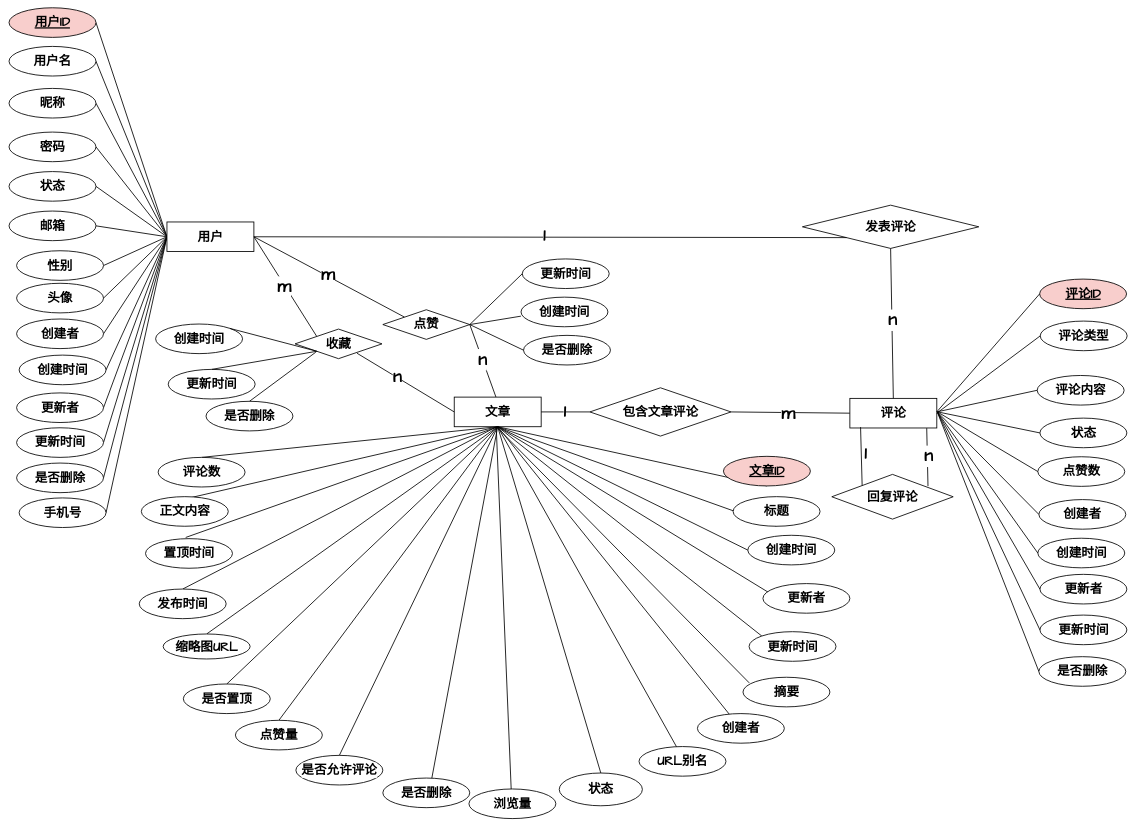
Above: graph/社交互动模块ER图.drawio in zhangbird050801/bird-blog (draw.io), before the change. Source tidied: cells renumbered, new cells numbered last; positions are measured from the earlier drawing's top-left corner, leaving out a move shared by most shapes. Both pictures are drawn from the tidied source at 42%, with x=0, y=0 at pixel (9, 8).
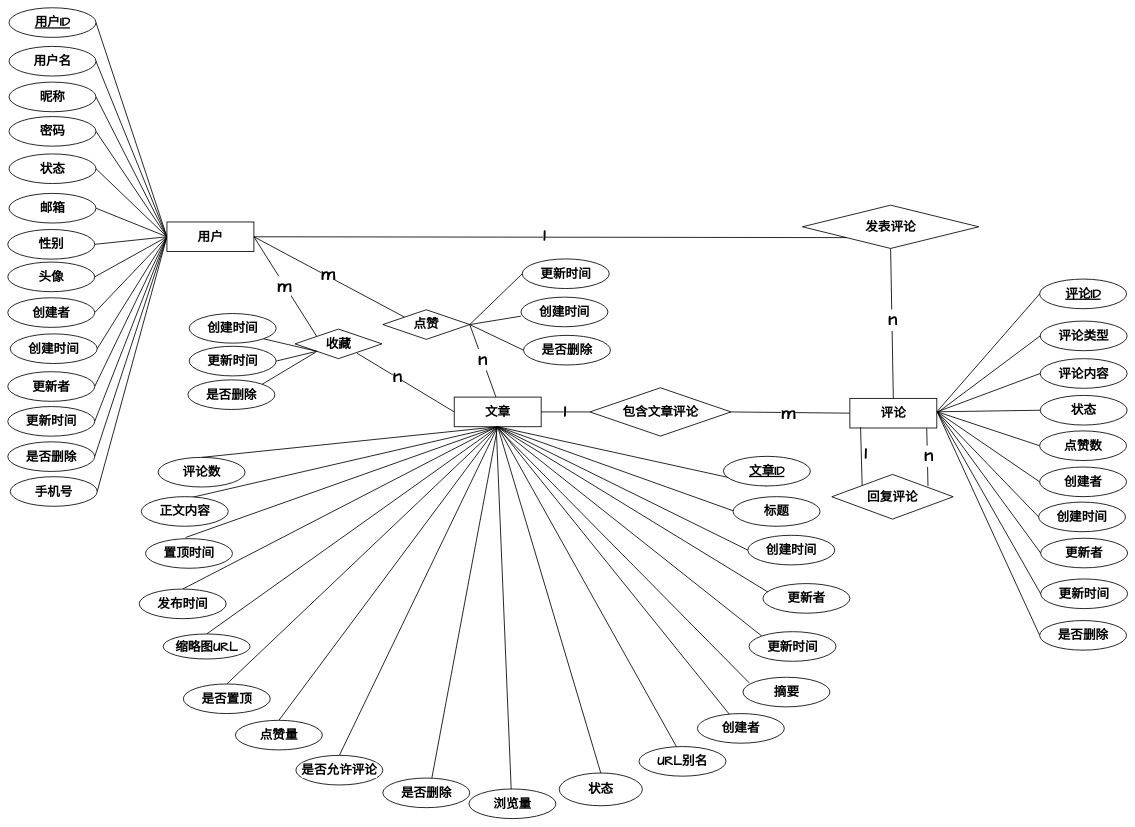
The same page after the edit.

Commit message (it also covers changes not shown here):
更新社交互动模块ER图.drawio

The change refers to these unchanged cells:
```xml
<mxCell id="84" value="收藏" style="rhombus;whiteSpace=wrap;html=1;fontSize=30;fontStyle=1;rounded=0;strokeColor=default;align=center;verticalAlign=middle;fontFamily=Comic Sans MS;fontColor=default;labelBackgroundColor=default;strokeWidth=2;" parent="1" vertex="1">
  <mxGeometry x="681" y="765" width="207" height="70.5" as="geometry" />
</mxCell>
```

What changed in the source:
```diff
@@
-    <mxCell id="19" value="用户ID" style="ellipse;whiteSpace=wrap;html=1;fillColor=#f8cecc;strokeColor=default;fontSize=30;fontFamily=Comic Sans MS;fontStyle=5;rounded=0;align=center;verticalAlign=middle;fontColor=default;labelBackgroundColor=none;strokeWidth=2;" parent="1" vertex="1">
+    <mxCell id="19" value="用户ID" style="ellipse;whiteSpace=wrap;html=1;fontSize=30;fontFamily=Comic Sans MS;fontStyle=5;rounded=0;align=center;verticalAlign=middle;labelBackgroundColor=none;strokeWidth=2;" parent="1" vertex="1">
       <mxGeometry width="207" height="70.5" as="geometry" />
     </mxCell>
     <mxCell id="20" value="状态" style="ellipse;whiteSpace=wrap;html=1;fontSize=30;fontFamily=Comic Sans MS;fontStyle=1;rounded=0;strokeColor=default;align=center;verticalAlign=middle;fontColor=default;labelBackgroundColor=default;strokeWidth=2;" parent="1" vertex="1">
-      <mxGeometry y="390" width="207" height="70.5" as="geometry" />
+      <mxGeometry y="348" width="207" height="70.5" as="geometry" />
     </mxCell>
     <mxCell id="21" value="密码" style="ellipse;whiteSpace=wrap;html=1;fontSize=30;fontFamily=Comic Sans MS;fontStyle=1;rounded=0;strokeColor=default;align=center;verticalAlign=middle;fontColor=default;labelBackgroundColor=default;strokeWidth=2;" parent="1" vertex="1">
-      <mxGeometry y="296" width="207" height="70.5" as="geometry" />
+      <mxGeometry y="259" width="207" height="70.5" as="geometry" />
     </mxCell>
     <mxCell id="22" value="昵称" style="ellipse;whiteSpace=wrap;html=1;fontSize=30;fontFamily=Comic Sans MS;fontStyle=1;rounded=0;strokeColor=default;align=center;verticalAlign=middle;fontColor=default;labelBackgroundColor=default;strokeWidth=2;" parent="1" vertex="1">
-      <mxGeometry y="192" width="207" height="70.5" as="geometry" />
+      <mxGeometry y="177" width="207" height="70.5" as="geometry" />
     </mxCell>
@@
     <mxCell id="24" value="创建者" style="ellipse;whiteSpace=wrap;html=1;fontSize=30;fontFamily=Comic Sans MS;fontStyle=1;rounded=0;strokeColor=default;align=center;verticalAlign=middle;fontColor=default;labelBackgroundColor=default;strokeWidth=2;" parent="1" vertex="1">
-      <mxGeometry x="18" y="741" width="207" height="70.5" as="geometry" />
+      <mxGeometry x="-3" y="690.5" width="207" height="70.5" as="geometry" />
     </mxCell>
     <mxCell id="25" value="头像" style="ellipse;whiteSpace=wrap;html=1;fontSize=30;fontFamily=Comic Sans MS;fontStyle=1;rounded=0;strokeColor=default;align=center;verticalAlign=middle;fontColor=default;labelBackgroundColor=default;strokeWidth=2;" parent="1" vertex="1">
-      <mxGeometry x="18" y="656" width="207" height="70.5" as="geometry" />
+      <mxGeometry x="-3" y="605.5" width="207" height="70.5" as="geometry" />
     </mxCell>
     <mxCell id="26" value="性别" style="ellipse;whiteSpace=wrap;html=1;fontSize=30;fontFamily=Comic Sans MS;fontStyle=1;rounded=0;strokeColor=default;align=center;verticalAlign=middle;fontColor=default;labelBackgroundColor=default;strokeWidth=2;" parent="1" vertex="1">
-      <mxGeometry x="18" y="578.5" width="207" height="70.5" as="geometry" />
+      <mxGeometry x="-3" y="528" width="207" height="70.5" as="geometry" />
     </mxCell>
     <mxCell id="27" value="手机号" style="ellipse;whiteSpace=wrap;html=1;fontSize=30;fontFamily=Comic Sans MS;fontStyle=1;rounded=0;strokeColor=default;align=center;verticalAlign=middle;fontColor=default;labelBackgroundColor=default;strokeWidth=2;" parent="1" vertex="1">
-      <mxGeometry x="24" y="1167" width="207" height="70.5" as="geometry" />
+      <mxGeometry x="3" y="1116.5" width="207" height="70.5" as="geometry" />
     </mxCell>
     <mxCell id="28" value="邮箱" style="ellipse;whiteSpace=wrap;html=1;fontSize=30;fontFamily=Comic Sans MS;fontStyle=1;rounded=0;strokeColor=default;align=center;verticalAlign=middle;fontColor=default;labelBackgroundColor=default;strokeWidth=2;" parent="1" vertex="1">
-      <mxGeometry y="484" width="207" height="70.5" as="geometry" />
+      <mxGeometry y="442" width="207" height="70.5" as="geometry" />
     </mxCell>
     <mxCell id="29" value="更新时间" style="ellipse;whiteSpace=wrap;html=1;fontSize=30;fontFamily=Comic Sans MS;fontStyle=1;rounded=0;strokeColor=default;align=center;verticalAlign=middle;fontColor=default;labelBackgroundColor=default;strokeWidth=2;" parent="1" vertex="1">
-      <mxGeometry x="18" y="1000" width="207" height="70.5" as="geometry" />
+      <mxGeometry x="-3" y="949.5" width="207" height="70.5" as="geometry" />
     </mxCell>
     <mxCell id="30" value="更新者" style="ellipse;whiteSpace=wrap;html=1;fontSize=30;fontFamily=Comic Sans MS;fontStyle=1;rounded=0;strokeColor=default;align=center;verticalAlign=middle;fontColor=default;labelBackgroundColor=default;strokeWidth=2;" parent="1" vertex="1">
-      <mxGeometry x="18" y="917" width="207" height="70.5" as="geometry" />
+      <mxGeometry x="-3" y="866.5" width="207" height="70.5" as="geometry" />
     </mxCell>
     <mxCell id="31" value="创建时间" style="ellipse;whiteSpace=wrap;html=1;fontSize=30;fontFamily=Comic Sans MS;fontStyle=1;rounded=0;strokeColor=default;align=center;verticalAlign=middle;fontColor=default;labelBackgroundColor=default;strokeWidth=2;" parent="1" vertex="1">
-      <mxGeometry x="24" y="827" width="207" height="70.5" as="geometry" />
+      <mxGeometry x="3" y="776.5" width="207" height="70.5" as="geometry" />
     </mxCell>
     <mxCell id="32" value="是否删除" style="ellipse;whiteSpace=wrap;html=1;fontSize=30;fontFamily=Comic Sans MS;fontStyle=1;rounded=0;strokeColor=default;align=center;verticalAlign=middle;fontColor=default;labelBackgroundColor=default;strokeWidth=2;" parent="1" vertex="1">
-      <mxGeometry x="18" y="1084" width="207" height="70.5" as="geometry" />
+      <mxGeometry x="-3" y="1033.5" width="207" height="70.5" as="geometry" />
     </mxCell>
@@
-    <mxCell id="43" value="文章ID" style="whiteSpace=wrap;html=1;shape=ellipse;perimeter=ellipsePerimeter;fontSize=30;fontFamily=Comic Sans MS;fillColor=#f8cecc;strokeColor=default;fontStyle=5;rounded=0;align=center;verticalAlign=middle;fontColor=default;labelBackgroundColor=none;strokeWidth=2;" parent="1" vertex="1">
+    <mxCell id="43" value="文章ID" style="whiteSpace=wrap;html=1;shape=ellipse;perimeter=ellipsePerimeter;fontSize=30;fontFamily=Comic Sans MS;fontStyle=5;rounded=0;align=center;verticalAlign=middle;labelBackgroundColor=none;strokeWidth=2;" parent="1" vertex="1">
       <mxGeometry x="1701" y="1068" width="207" height="70.5" as="geometry" />
     </mxCell>
@@
-    <mxCell id="86" value="评论ID" style="whiteSpace=wrap;html=1;shape=ellipse;perimeter=ellipsePerimeter;fillColor=#f8cecc;strokeColor=default;fontSize=30;fontStyle=5;rounded=0;align=center;verticalAlign=middle;fontFamily=Comic Sans MS;fontColor=default;labelBackgroundColor=none;strokeWidth=2;" parent="1" vertex="1">
+    <mxCell id="86" value="评论ID" style="whiteSpace=wrap;html=1;shape=ellipse;perimeter=ellipsePerimeter;fontSize=30;fontStyle=5;rounded=0;align=center;verticalAlign=middle;fontFamily=Comic Sans MS;labelBackgroundColor=none;strokeWidth=2;" parent="1" vertex="1">
       <mxGeometry x="2453.8" y="646" width="207" height="70.5" as="geometry" />
     </mxCell>
@@
     <mxCell id="88" value="创建时间" style="whiteSpace=wrap;html=1;shape=ellipse;perimeter=ellipsePerimeter;fontSize=30;fontStyle=1;rounded=0;strokeColor=default;align=center;verticalAlign=middle;fontFamily=Comic Sans MS;fontColor=default;labelBackgroundColor=default;strokeWidth=2;" parent="1" vertex="1">
-      <mxGeometry x="2449.5" y="1263" width="207" height="70.5" as="geometry" />
+      <mxGeometry x="2451.3" y="1177" width="207" height="70.5" as="geometry" />
     </mxCell>
     <mxCell id="89" value="创建者" style="whiteSpace=wrap;html=1;shape=ellipse;perimeter=ellipsePerimeter;fontSize=30;fontStyle=1;rounded=0;strokeColor=default;align=center;verticalAlign=middle;fontFamily=Comic Sans MS;fontColor=default;labelBackgroundColor=default;strokeWidth=2;" parent="1" vertex="1">
-      <mxGeometry x="2452" y="1171" width="207" height="70.5" as="geometry" />
+      <mxGeometry x="2453.8" y="1093.5" width="207" height="70.5" as="geometry" />
     </mxCell>
     <mxCell id="90" value="更新时间" style="whiteSpace=wrap;html=1;shape=ellipse;perimeter=ellipsePerimeter;fontSize=30;fontStyle=1;rounded=0;strokeColor=default;align=center;verticalAlign=middle;fontFamily=Comic Sans MS;fontColor=default;labelBackgroundColor=default;strokeWidth=2;" parent="1" vertex="1">
-      <mxGeometry x="2454.5" y="1446" width="207" height="70.5" as="geometry" />
+      <mxGeometry x="2456.3" y="1360" width="207" height="70.5" as="geometry" />
     </mxCell>
     <mxCell id="91" value="更新者" style="whiteSpace=wrap;html=1;shape=ellipse;perimeter=ellipsePerimeter;fontSize=30;fontStyle=1;rounded=0;strokeColor=default;align=center;verticalAlign=middle;fontFamily=Comic Sans MS;fontColor=default;labelBackgroundColor=default;strokeWidth=2;" parent="1" vertex="1">
-      <mxGeometry x="2454.5" y="1349" width="207" height="70.5" as="geometry" />
+      <mxGeometry x="2456.2" y="1263" width="207" height="70.5" as="geometry" />
     </mxCell>
@@
     <mxCell id="93" value="是否删除" style="whiteSpace=wrap;html=1;shape=ellipse;perimeter=ellipsePerimeter;fontSize=30;fontStyle=1;rounded=0;strokeColor=default;align=center;verticalAlign=middle;fontFamily=Comic Sans MS;fontColor=default;labelBackgroundColor=default;strokeWidth=2;" parent="1" vertex="1">
-      <mxGeometry x="2452" y="1545" width="207" height="70.5" as="geometry" />
+      <mxGeometry x="2453.8" y="1459" width="207" height="70.5" as="geometry" />
     </mxCell>
     <mxCell id="94" value="评论内容" style="whiteSpace=wrap;html=1;rounded=0;shape=ellipse;perimeter=ellipsePerimeter;fontSize=30;fontStyle=1;strokeColor=default;align=center;verticalAlign=middle;fontFamily=Comic Sans MS;fontColor=default;labelBackgroundColor=default;strokeWidth=2;" parent="1" vertex="1">
-      <mxGeometry x="2448" y="875.5" width="207" height="70.5" as="geometry" />
+      <mxGeometry x="2455.2" y="835.5" width="207" height="70.5" as="geometry" />
     </mxCell>
     <mxCell id="95" value="状态" style="whiteSpace=wrap;html=1;rounded=0;shape=ellipse;perimeter=ellipsePerimeter;fontSize=30;fontStyle=1;strokeColor=default;align=center;verticalAlign=middle;fontFamily=Comic Sans MS;fontColor=default;labelBackgroundColor=default;strokeWidth=2;" parent="1" vertex="1">
-      <mxGeometry x="2454.5" y="977" width="207" height="70.5" as="geometry" />
+      <mxGeometry x="2455.2" y="923" width="207" height="70.5" as="geometry" />
     </mxCell>
     <mxCell id="96" value="点赞数" style="whiteSpace=wrap;html=1;rounded=0;shape=ellipse;perimeter=ellipsePerimeter;fontSize=30;fontStyle=1;strokeColor=default;align=center;verticalAlign=middle;fontFamily=Comic Sans MS;fontColor=default;labelBackgroundColor=default;strokeWidth=2;" parent="1" vertex="1">
-      <mxGeometry x="2449.5" y="1069" width="207" height="70.5" as="geometry" />
+      <mxGeometry x="2453.8" y="1007.5" width="207" height="70.5" as="geometry" />
     </mxCell>
@@
     <mxCell id="110" value="创建时间" style="whiteSpace=wrap;html=1;shape=ellipse;perimeter=ellipsePerimeter;fontSize=30;fontStyle=1;rounded=0;strokeColor=default;align=center;verticalAlign=middle;fontFamily=Comic Sans MS;fontColor=default;labelBackgroundColor=default;strokeWidth=2;" parent="1" vertex="1">
-      <mxGeometry x="349" y="753" width="207" height="70.5" as="geometry" />
+      <mxGeometry x="429" y="728" width="207" height="70.5" as="geometry" />
     </mxCell>
     <mxCell id="111" value="更新时间" style="whiteSpace=wrap;html=1;shape=ellipse;perimeter=ellipsePerimeter;fontSize=30;fontStyle=1;rounded=0;strokeColor=default;align=center;verticalAlign=middle;fontFamily=Comic Sans MS;fontColor=default;labelBackgroundColor=default;strokeWidth=2;" parent="1" vertex="1">
-      <mxGeometry x="379" y="861" width="207" height="70.5" as="geometry" />
+      <mxGeometry x="429" y="806" width="207" height="70.5" as="geometry" />
     </mxCell>
     <mxCell id="112" value="是否删除" style="whiteSpace=wrap;html=1;shape=ellipse;perimeter=ellipsePerimeter;fontSize=30;fontStyle=1;rounded=0;strokeColor=default;align=center;verticalAlign=middle;fontFamily=Comic Sans MS;fontColor=default;labelBackgroundColor=default;strokeWidth=2;" parent="1" vertex="1">
-      <mxGeometry x="469" y="937" width="207" height="70.5" as="geometry" />
+      <mxGeometry x="426" y="886" width="207" height="70.5" as="geometry" />
     </mxCell>
@@
-    <mxCell id="116" style="rounded=0;jettySize=auto;html=1;exitX=0;exitY=1;exitDx=0;exitDy=0;entryX=1;entryY=0;entryDx=0;entryDy=0;endArrow=none;endFill=0;fontSize=30;fontFamily=Comic Sans MS;fontStyle=1;strokeColor=default;align=center;verticalAlign=middle;fontColor=default;labelBackgroundColor=default;strokeWidth=2;" parent="1" edge="1" source="84" target="110">
+    <mxCell id="116" style="rounded=0;jettySize=auto;html=1;exitX=0;exitY=1;exitDx=0;exitDy=0;entryX=1;entryY=1;entryDx=0;entryDy=0;endArrow=none;endFill=0;fontSize=30;fontFamily=Comic Sans MS;fontStyle=1;strokeColor=default;align=center;verticalAlign=middle;fontColor=default;labelBackgroundColor=default;strokeWidth=2;" parent="1" edge="1" source="84" target="110">
       <mxGeometry relative="1" as="geometry" />
     </mxCell>
-    <mxCell id="117" style="rounded=0;jettySize=auto;html=1;exitX=0;exitY=1;exitDx=0;exitDy=0;entryX=0.5;entryY=0;entryDx=0;entryDy=0;endArrow=none;endFill=0;fontSize=30;fontFamily=Comic Sans MS;fontStyle=1;strokeColor=default;align=center;verticalAlign=middle;fontColor=default;labelBackgroundColor=default;strokeWidth=2;" parent="1" edge="1" source="84" target="111">
+    <mxCell id="117" style="rounded=0;jettySize=auto;html=1;exitX=0;exitY=1;exitDx=0;exitDy=0;entryX=1;entryY=0.5;entryDx=0;entryDy=0;endArrow=none;endFill=0;fontSize=30;fontFamily=Comic Sans MS;fontStyle=1;strokeColor=default;align=center;verticalAlign=middle;fontColor=default;labelBackgroundColor=default;strokeWidth=2;" parent="1" edge="1" source="84" target="111">
       <mxGeometry relative="1" as="geometry" />
     </mxCell>
@@
-    <mxCell id="121" style="rounded=0;jettySize=auto;html=1;exitX=0.5;exitY=0;exitDx=0;exitDy=0;entryX=0.239;entryY=0.78;entryDx=0;entryDy=0;endArrow=none;endFill=0;fontSize=30;fontFamily=Comic Sans MS;fontStyle=1;strokeColor=default;align=center;verticalAlign=middle;fontColor=default;labelBackgroundColor=default;strokeWidth=2;entryPerimeter=0;" parent="1" edge="1" source="112" target="84">
+    <mxCell id="121" style="rounded=0;jettySize=auto;html=1;exitX=1;exitY=0;exitDx=0;exitDy=0;entryX=0.239;entryY=0.78;entryDx=0;entryDy=0;endArrow=none;endFill=0;fontSize=30;fontFamily=Comic Sans MS;fontStyle=1;strokeColor=default;align=center;verticalAlign=middle;fontColor=default;labelBackgroundColor=default;strokeWidth=2;entryPerimeter=0;" parent="1" edge="1" source="112" target="84">
       <mxGeometry relative="1" as="geometry" />
     </mxCell>
```
